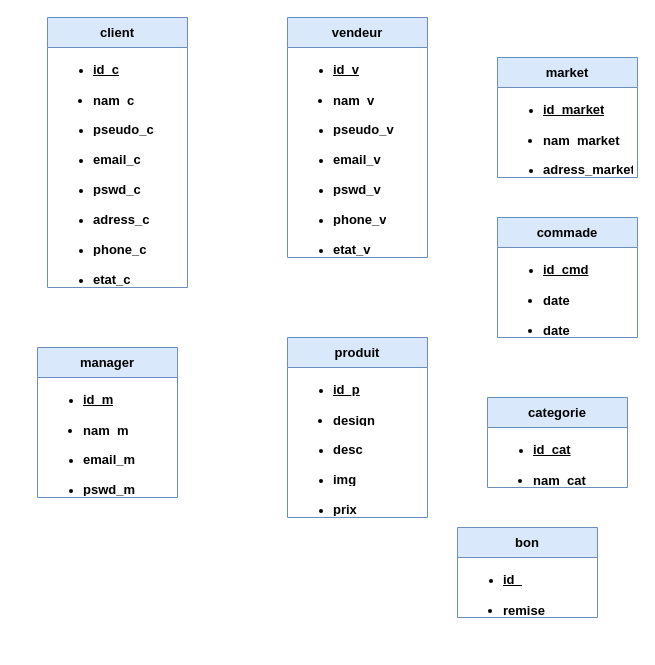
Earlier version of the draw.io diagram Diagramme.drawio (BNrahma/Mcd). Source tidied: cells renumbered, new cells numbered last; positions are measured from the earlier drawing's top-left corner, leaving out a move shared by most shapes. Both pictures are drawn from the tidied source at 100%, with x=0, y=0 at pixel (37, 17).
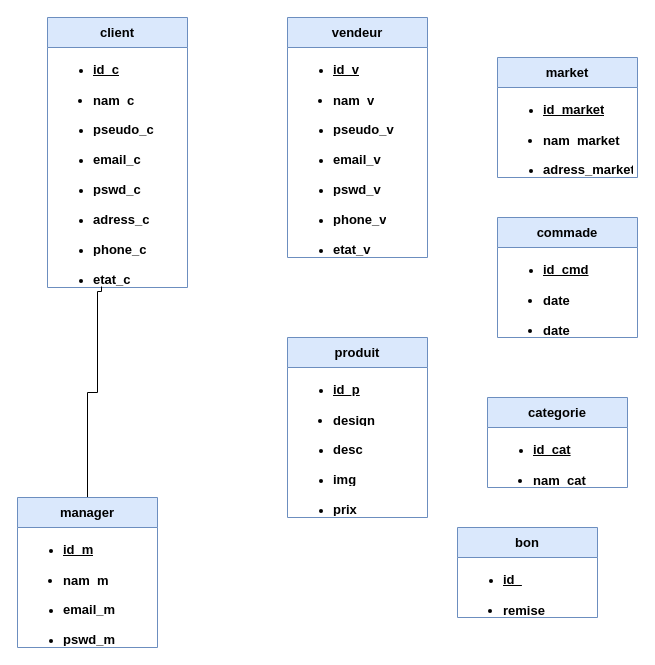
Above is the later version.

Commit message:
Mettre à jour Dgrmm.drawio

Unchanged cells that the change refers to:
```xml
<mxCell id="10" value="&lt;ul&gt;&lt;li&gt;&lt;span style=&quot;font-size: 13px;&quot;&gt;&lt;b&gt;etat_c&lt;/b&gt;&lt;/span&gt;&lt;/li&gt;&lt;/ul&gt;" style="text;strokeColor=none;fillColor=none;align=left;verticalAlign=middle;spacingLeft=4;spacingRight=4;overflow=hidden;points=[[0,0.5],[1,0.5]];portConstraint=eastwest;whiteSpace=wrap;html=1;" parent="2" vertex="1">
  <mxGeometry y="240" width="140" height="30" as="geometry" />
</mxCell>
```

Diff of the diagram source:
```diff
@@
+    <mxCell id="44" style="edgeStyle=orthogonalEdgeStyle;rounded=0;jettySize=auto;html=1;endArrow=none;endFill=0;entryX=0.386;entryY=0.967;entryDx=0;entryDy=0;entryPerimeter=0;" parent="1" edge="1" source="19" target="10">
+      <mxGeometry relative="1" as="geometry">
+        <Array as="points">
+          <mxPoint x="50" y="375" />
+          <mxPoint x="60" y="375" />
+          <mxPoint x="60" y="274" />
+          <mxPoint x="64" y="274" />
+        </Array>
+      </mxGeometry>
+    </mxCell>
     <mxCell id="19" value="&lt;span style=&quot;font-size: 13px;&quot;&gt;&lt;font style=&quot;font-size: 13px;&quot;&gt;manager&lt;/font&gt;&lt;/span&gt;" style="swimlane;fontStyle=1;horizontal=1;startSize=30;whiteSpace=wrap;html=1;fillColor=#dae8fc;strokeColor=#6c8ebf;fontSize=13;" parent="1" vertex="1">
-      <mxGeometry y="330" width="140" height="150" as="geometry" />
+      <mxGeometry x="-20" y="480" width="140" height="150" as="geometry" />
     </mxCell>
```
